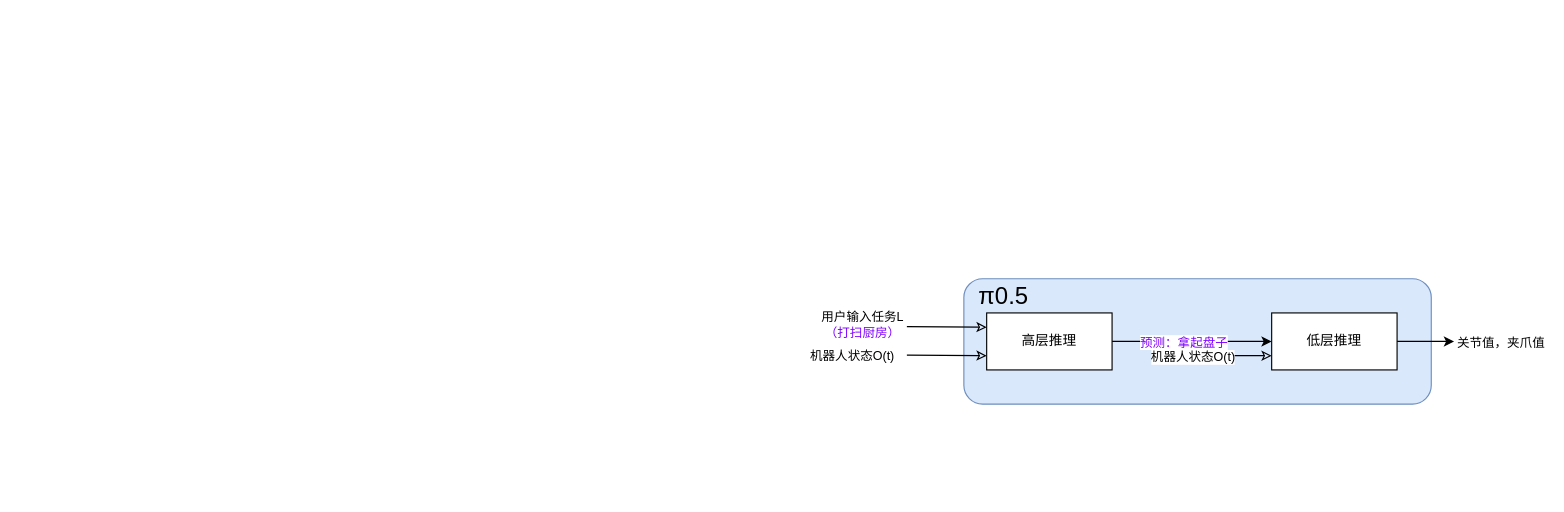
Above: LLM/π0.5-a Vision-Language-Action Model with Open-World Generalization.drawio in mailonghua/drawio (draw.io), before the change. Source tidied: cells renumbered, new cells numbered last; positions are measured from the earlier drawing's top-left corner, leaving out a move shared by most shapes. Both pictures are drawn from the tidied source at 114%, with x=0, y=0 at pixel (906, 278).
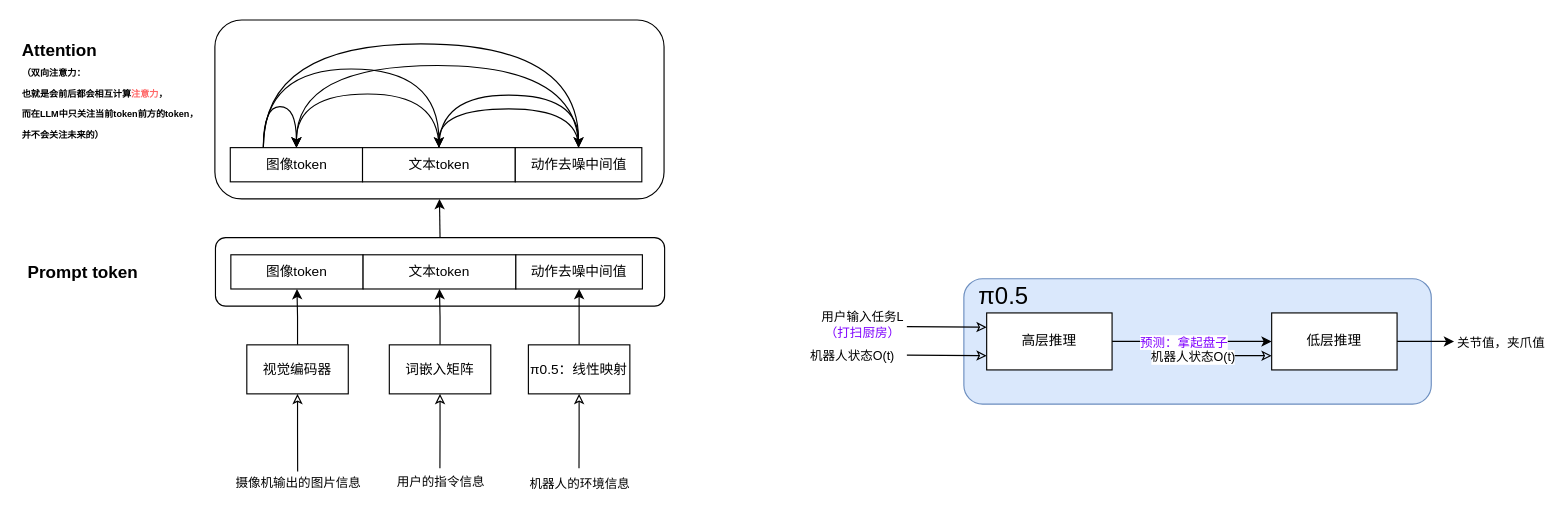
The same page after the edit.

Change to the diagram source:
```diff
@@
+    <mxCell id="16" style="edgeStyle=orthogonalEdgeStyle;rounded=0;jettySize=auto;html=1;exitX=0.5;exitY=0;exitDx=0;exitDy=0;entryX=0.5;entryY=1;entryDx=0;entryDy=0;" parent="1" edge="1" source="17" target="34">
+      <mxGeometry relative="1" as="geometry" />
+    </mxCell>
+    <mxCell id="17" style="rounded=1;whiteSpace=wrap;html=1;" parent="1" vertex="1">
+      <mxGeometry x="-606.5" y="-36" width="394" height="60" as="geometry" />
+    </mxCell>
@@
+    <mxCell id="18" style="edgeStyle=orthogonalEdgeStyle;rounded=0;jettySize=auto;html=1;exitX=0.5;exitY=1;exitDx=0;exitDy=0;startArrow=classic;startFill=0;endArrow=none;" parent="1" edge="1" source="21">
+      <mxGeometry relative="1" as="geometry">
+        <mxPoint x="-534.4" y="169.1" as="targetPoint" />
+      </mxGeometry>
+    </mxCell>
+    <mxCell id="19" value="摄像机输出的图片信息" style="edgeLabel;html=1;align=center;verticalAlign=middle;" parent="18" vertex="1">
+      <mxGeometry x="0.52" relative="1" as="geometry">
+        <mxPoint y="26" as="offset" />
+      </mxGeometry>
+    </mxCell>
+    <mxCell id="20" style="edgeStyle=orthogonalEdgeStyle;rounded=0;jettySize=auto;html=1;exitX=0.5;exitY=0;exitDx=0;exitDy=0;entryX=0.5;entryY=1;entryDx=0;entryDy=0;" parent="1" edge="1" source="21" target="30">
+      <mxGeometry relative="1" as="geometry" />
+    </mxCell>
+    <mxCell id="21" value="视觉编码器" style="rounded=0;whiteSpace=wrap;html=1;" parent="1" vertex="1">
+      <mxGeometry x="-579" y="58" width="89" height="43" as="geometry" />
+    </mxCell>
+    <mxCell id="22" style="edgeStyle=orthogonalEdgeStyle;rounded=0;jettySize=auto;html=1;exitX=0.5;exitY=1;exitDx=0;exitDy=0;startArrow=classic;startFill=0;endArrow=none;" parent="1" edge="1" source="25">
+      <mxGeometry relative="1" as="geometry">
+        <mxPoint x="-409.6" y="166.3" as="targetPoint" />
+      </mxGeometry>
+    </mxCell>
+    <mxCell id="23" value="用户的指令信息" style="edgeLabel;html=1;align=center;verticalAlign=middle;" parent="22" vertex="1">
+      <mxGeometry x="0.2" relative="1" as="geometry">
+        <mxPoint y="38" as="offset" />
+      </mxGeometry>
+    </mxCell>
+    <mxCell id="24" style="edgeStyle=orthogonalEdgeStyle;rounded=0;jettySize=auto;html=1;exitX=0.5;exitY=0;exitDx=0;exitDy=0;entryX=0.5;entryY=1;entryDx=0;entryDy=0;" parent="1" edge="1" source="25" target="31">
+      <mxGeometry relative="1" as="geometry" />
+    </mxCell>
+    <mxCell id="25" value="词嵌入矩阵" style="rounded=0;whiteSpace=wrap;html=1;" parent="1" vertex="1">
+      <mxGeometry x="-454" y="58" width="89" height="43" as="geometry" />
+    </mxCell>
+    <mxCell id="26" style="edgeStyle=orthogonalEdgeStyle;rounded=0;jettySize=auto;html=1;exitX=0.5;exitY=1;exitDx=0;exitDy=0;startArrow=classic;startFill=0;endArrow=none;" parent="1" edge="1" source="29">
+      <mxGeometry relative="1" as="geometry">
+        <mxPoint x="-287.6" y="166.3" as="targetPoint" />
+      </mxGeometry>
+    </mxCell>
+    <mxCell id="27" value="机器人的环境信息" style="edgeLabel;html=1;align=center;verticalAlign=middle;" parent="26" vertex="1">
+      <mxGeometry x="0.01" y="1" relative="1" as="geometry">
+        <mxPoint x="-1" y="46" as="offset" />
+      </mxGeometry>
+    </mxCell>
+    <mxCell id="28" style="edgeStyle=orthogonalEdgeStyle;rounded=0;jettySize=auto;html=1;exitX=0.5;exitY=0;exitDx=0;exitDy=0;entryX=0.5;entryY=1;entryDx=0;entryDy=0;" parent="1" edge="1" source="29" target="32">
+      <mxGeometry relative="1" as="geometry" />
+    </mxCell>
+    <mxCell id="29" value="π0.5：线性映射" style="rounded=0;whiteSpace=wrap;html=1;" parent="1" vertex="1">
+      <mxGeometry x="-332" y="58" width="89" height="43" as="geometry" />
+    </mxCell>
+    <mxCell id="30" value="图像token" style="rounded=0;whiteSpace=wrap;html=1;" parent="1" vertex="1">
+      <mxGeometry x="-593" y="-21" width="116" height="30" as="geometry" />
+    </mxCell>
+    <mxCell id="31" value="文本token" style="rounded=0;whiteSpace=wrap;html=1;" parent="1" vertex="1">
+      <mxGeometry x="-477" y="-21" width="134" height="30" as="geometry" />
+    </mxCell>
+    <mxCell id="32" value="动作去噪中间值" style="rounded=0;whiteSpace=wrap;html=1;" parent="1" vertex="1">
+      <mxGeometry x="-343" y="-21" width="111" height="30" as="geometry" />
+    </mxCell>
+    <mxCell id="33" value="Prompt token" style="text;strokeColor=none;align=center;fillColor=none;html=1;verticalAlign=middle;whiteSpace=wrap;rounded=0;fontStyle=1;fontSize=15;" parent="1" vertex="1">
+      <mxGeometry x="-778" y="-21" width="111" height="30" as="geometry" />
+    </mxCell>
+    <mxCell id="34" style="rounded=1;whiteSpace=wrap;html=1;" parent="1" vertex="1">
+      <mxGeometry x="-607" y="-227" width="394" height="157" as="geometry" />
+    </mxCell>
+    <mxCell id="35" style="edgeStyle=orthogonalEdgeStyle;curved=1;rounded=0;jettySize=auto;html=1;exitX=0.25;exitY=0;exitDx=0;exitDy=0;entryX=0.5;entryY=0;entryDx=0;entryDy=0;" parent="1" edge="1" source="37" target="40">
+      <mxGeometry relative="1" as="geometry">
+        <Array as="points">
+          <mxPoint x="-564" y="-184" />
+          <mxPoint x="-410" y="-184" />
+        </Array>
+      </mxGeometry>
+    </mxCell>
+    <mxCell id="36" style="edgeStyle=orthogonalEdgeStyle;curved=1;rounded=0;jettySize=auto;html=1;exitX=0.25;exitY=0;exitDx=0;exitDy=0;entryX=0.5;entryY=0;entryDx=0;entryDy=0;" parent="1" edge="1" source="37" target="43">
+      <mxGeometry relative="1" as="geometry">
+        <Array as="points">
+          <mxPoint x="-564" y="-206" />
+          <mxPoint x="-288" y="-206" />
+        </Array>
+      </mxGeometry>
+    </mxCell>
+    <mxCell id="37" value="图像token" style="rounded=0;whiteSpace=wrap;html=1;" parent="1" vertex="1">
+      <mxGeometry x="-593.5" y="-115" width="116" height="30" as="geometry" />
+    </mxCell>
+    <mxCell id="38" style="edgeStyle=orthogonalEdgeStyle;curved=1;rounded=0;jettySize=auto;html=1;exitX=0.5;exitY=0;exitDx=0;exitDy=0;entryX=0.5;entryY=0;entryDx=0;entryDy=0;" parent="1" edge="1" source="40" target="37">
+      <mxGeometry relative="1" as="geometry">
+        <Array as="points">
+          <mxPoint x="-410" y="-162" />
+          <mxPoint x="-535" y="-162" />
+        </Array>
+      </mxGeometry>
+    </mxCell>
+    <mxCell id="39" style="edgeStyle=orthogonalEdgeStyle;curved=1;rounded=0;jettySize=auto;html=1;exitX=0.5;exitY=0;exitDx=0;exitDy=0;entryX=0.5;entryY=0;entryDx=0;entryDy=0;" parent="1" edge="1" source="40" target="43">
+      <mxGeometry relative="1" as="geometry">
+        <Array as="points">
+          <mxPoint x="-410" y="-161" />
+          <mxPoint x="-288" y="-161" />
+        </Array>
+      </mxGeometry>
+    </mxCell>
+    <mxCell id="40" value="文本token" style="rounded=0;whiteSpace=wrap;html=1;" parent="1" vertex="1">
+      <mxGeometry x="-477.5" y="-115" width="134" height="30" as="geometry" />
+    </mxCell>
+    <mxCell id="41" style="edgeStyle=orthogonalEdgeStyle;curved=1;rounded=0;jettySize=auto;html=1;exitX=0.5;exitY=0;exitDx=0;exitDy=0;entryX=0.5;entryY=0;entryDx=0;entryDy=0;" parent="1" edge="1" source="43" target="40">
+      <mxGeometry relative="1" as="geometry">
+        <Array as="points">
+          <mxPoint x="-288" y="-149" />
+          <mxPoint x="-410" y="-149" />
+        </Array>
+      </mxGeometry>
+    </mxCell>
+    <mxCell id="42" style="edgeStyle=orthogonalEdgeStyle;curved=1;rounded=0;jettySize=auto;html=1;exitX=0.5;exitY=0;exitDx=0;exitDy=0;entryX=0.5;entryY=0;entryDx=0;entryDy=0;" parent="1" edge="1" source="43" target="37">
+      <mxGeometry relative="1" as="geometry">
+        <Array as="points">
+          <mxPoint x="-288" y="-187" />
+          <mxPoint x="-535" y="-187" />
+        </Array>
+      </mxGeometry>
+    </mxCell>
+    <mxCell id="43" value="动作去噪中间值" style="rounded=0;whiteSpace=wrap;html=1;" parent="1" vertex="1">
+      <mxGeometry x="-343.5" y="-115" width="111" height="30" as="geometry" />
+    </mxCell>
+    <mxCell id="44" value="Attention&lt;br&gt;&lt;font style=&quot;font-size: 8px;&quot;&gt;（双向注意力：&lt;/font&gt;&lt;div&gt;&lt;font style=&quot;font-size: 8px;&quot;&gt;也就是会前后都会相互计算&lt;font style=&quot;color: rgb(255, 102, 102);&quot;&gt;注意力&lt;/font&gt;，&lt;br&gt;而在LLM中只关注当前token前方的token，&lt;br&gt;并不会关注未来的）&lt;/font&gt;&lt;br&gt;&lt;br&gt;&lt;/div&gt;" style="text;strokeColor=none;align=left;fillColor=none;html=1;verticalAlign=middle;whiteSpace=wrap;rounded=0;fontStyle=1;fontSize=15;" parent="1" vertex="1">
+      <mxGeometry x="-778" y="-197" width="171" height="82" as="geometry" />
+    </mxCell>
+    <mxCell id="45" style="edgeStyle=orthogonalEdgeStyle;rounded=0;orthogonalLoop=1;jettySize=auto;html=1;exitX=0.25;exitY=0;exitDx=0;exitDy=0;entryX=0.5;entryY=0;entryDx=0;entryDy=0;curved=1;" parent="1" edge="1" source="37" target="37">
+      <mxGeometry relative="1" as="geometry">
+        <Array as="points">
+          <mxPoint x="-564" y="-151" />
+          <mxPoint x="-535" y="-151" />
+        </Array>
+      </mxGeometry>
+    </mxCell>
```
